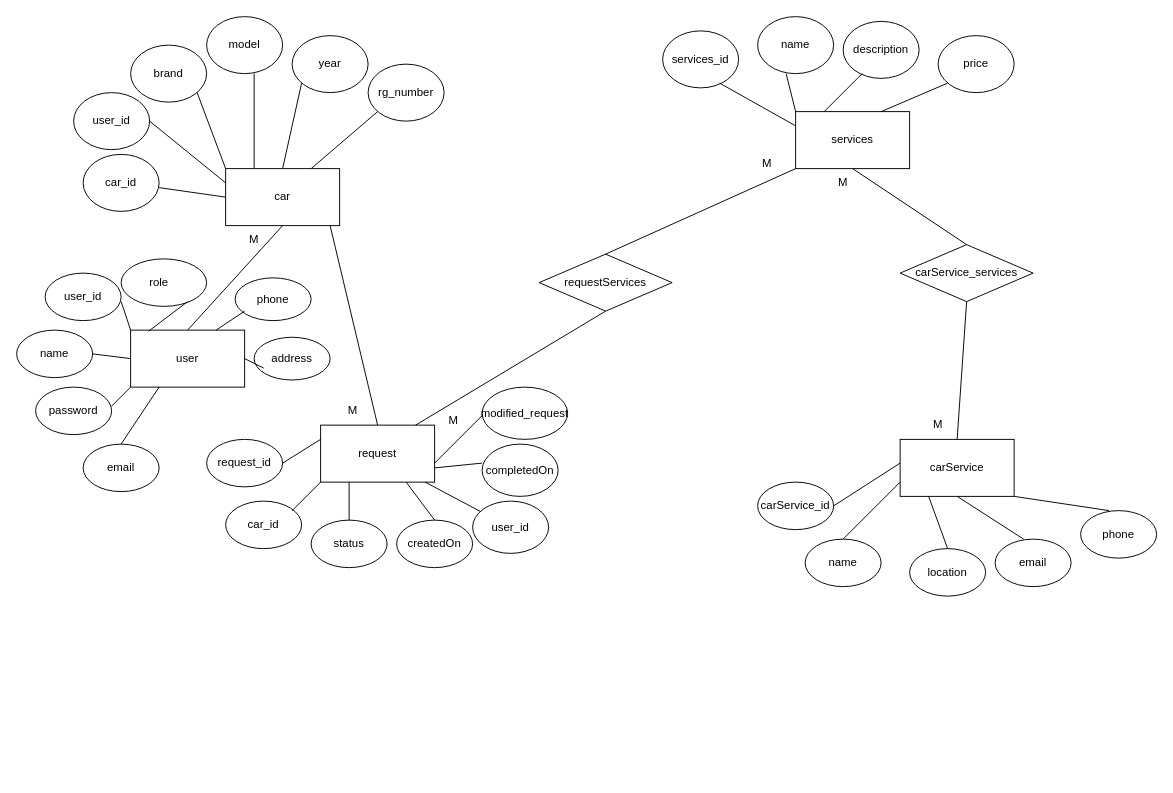
This is DatabaseProject-TU2.drawio from IvanStoykov04/carService, a draw.io file, before an edit. Source tidied: cells renumbered, new cells numbered last; positions are measured from the earlier drawing's top-left corner, leaving out a move shared by most shapes. Both pictures are drawn from the tidied source at 95%, with x=0, y=0 at pixel (16, 16).
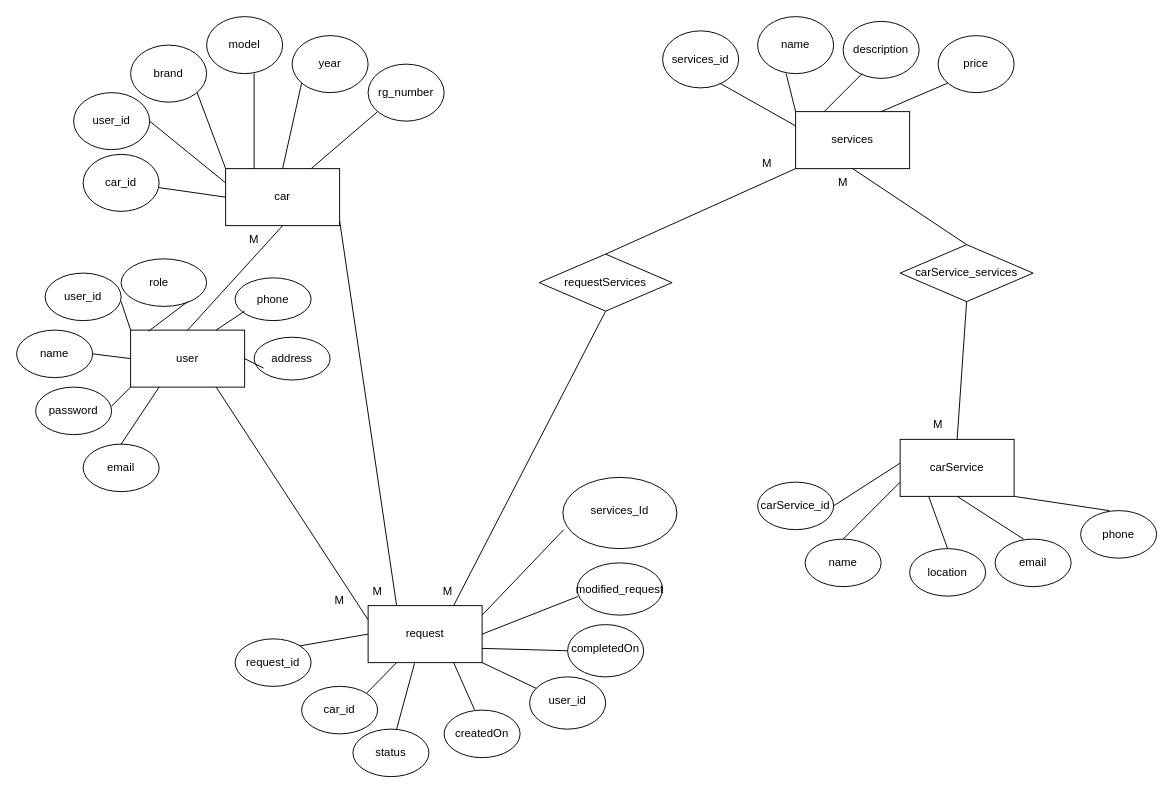
The same diagram, later.

Unchanged cells that the change refers to:
```xml
<mxCell id="2" style="rounded=0;whiteSpace=wrap;html=1;" parent="1" vertex="1">
  <mxGeometry x="120" y="330" width="120" height="60" as="geometry" />
</mxCell>
<mxCell id="91" style="rhombus;whiteSpace=wrap;html=1;" parent="1" vertex="1">
  <mxGeometry x="550" y="250" width="140" height="60" as="geometry" />
</mxCell>
```

What changed in the source:
```diff
@@
     <mxCell id="69" style="rounded=0;whiteSpace=wrap;html=1;" parent="1" vertex="1">
-      <mxGeometry x="320" y="430" width="120" height="60" as="geometry" />
+      <mxGeometry x="370" y="620" width="120" height="60" as="geometry" />
     </mxCell>
     <mxCell id="70" value="request" style="text;html=1;align=center;verticalAlign=middle;whiteSpace=wrap;rounded=0;" parent="1" vertex="1">
-      <mxGeometry x="350" y="445" width="60" height="30" as="geometry" />
+      <mxGeometry x="400" y="635" width="60" height="30" as="geometry" />
     </mxCell>
     <mxCell id="71" style="ellipse;whiteSpace=wrap;html=1;" parent="1" vertex="1">
-      <mxGeometry x="220" y="510" width="80" height="50" as="geometry" />
+      <mxGeometry x="300" y="705" width="80" height="50" as="geometry" />
     </mxCell>
     <mxCell id="72" style="ellipse;whiteSpace=wrap;html=1;" parent="1" vertex="1">
-      <mxGeometry x="200" y="445" width="80" height="50" as="geometry" />
+      <mxGeometry x="230" y="655" width="80" height="50" as="geometry" />
     </mxCell>
     <mxCell id="73" style="ellipse;whiteSpace=wrap;html=1;" parent="1" vertex="1">
-      <mxGeometry x="310" y="530" width="80" height="50" as="geometry" />
+      <mxGeometry x="354" y="750" width="80" height="50" as="geometry" />
     </mxCell>
     <mxCell id="74" style="ellipse;whiteSpace=wrap;html=1;" parent="1" vertex="1">
-      <mxGeometry x="400" y="530" width="80" height="50" as="geometry" />
+      <mxGeometry x="450" y="730" width="80" height="50" as="geometry" />
     </mxCell>
     <mxCell id="75" value="request_id" style="text;html=1;align=center;verticalAlign=middle;whiteSpace=wrap;rounded=0;" parent="1" vertex="1">
-      <mxGeometry x="210" y="455" width="60" height="30" as="geometry" />
+      <mxGeometry x="240" y="665" width="60" height="30" as="geometry" />
     </mxCell>
     <mxCell id="76" value="car_id" style="text;html=1;align=center;verticalAlign=middle;whiteSpace=wrap;rounded=0;" parent="1" vertex="1">
-      <mxGeometry x="230" y="520" width="60" height="30" as="geometry" />
+      <mxGeometry x="310" y="715" width="60" height="30" as="geometry" />
     </mxCell>
     <mxCell id="77" value="status" style="text;html=1;align=center;verticalAlign=middle;whiteSpace=wrap;rounded=0;" parent="1" vertex="1">
-      <mxGeometry x="320" y="540" width="60" height="30" as="geometry" />
+      <mxGeometry x="364" y="760" width="60" height="30" as="geometry" />
     </mxCell>
     <mxCell id="78" value="createdOn" style="text;html=1;align=center;verticalAlign=middle;whiteSpace=wrap;rounded=0;" parent="1" vertex="1">
-      <mxGeometry x="410" y="540" width="60" height="30" as="geometry" />
+      <mxGeometry x="460" y="740" width="60" height="30" as="geometry" />
     </mxCell>
-    <mxCell id="79" style="endArrow=none;html=1;rounded=0;entryX=0;entryY=0.25;entryDx=0;entryDy=0;" parent="1" edge="1" target="69">
-      <mxGeometry relative="1" as="geometry">
-        <mxPoint x="280" y="470" as="sourcePoint" />
-      </mxGeometry>
+    <mxCell id="79" style="endArrow=none;html=1;rounded=0;entryX=0;entryY=0.5;entryDx=0;entryDy=0;exitX=1;exitY=0;exitDx=0;exitDy=0;" parent="1" edge="1" source="72" target="69">
+      <mxGeometry relative="1" as="geometry" />
     </mxCell>
-    <mxCell id="80" style="endArrow=none;html=1;rounded=0;" parent="1" edge="1">
+    <mxCell id="80" style="endArrow=none;html=1;rounded=0;entryX=0.407;entryY=1.013;entryDx=0;entryDy=0;entryPerimeter=0;" parent="1" edge="1" target="69">
       <mxGeometry relative="1" as="geometry">
-        <mxPoint x="290" y="520" as="sourcePoint" />
-        <mxPoint x="320" y="490" as="targetPoint" />
+        <mxPoint x="400" y="750" as="sourcePoint" />
       </mxGeometry>
     </mxCell>
-    <mxCell id="81" style="endArrow=none;html=1;rounded=0;entryX=0.25;entryY=1;entryDx=0;entryDy=0;" parent="1" edge="1" target="69">
-      <mxGeometry relative="1" as="geometry">
-        <mxPoint x="350" y="530" as="sourcePoint" />
-      </mxGeometry>
+    <mxCell id="81" style="endArrow=none;html=1;rounded=0;entryX=0.25;entryY=1;entryDx=0;entryDy=0;exitX=1;exitY=0;exitDx=0;exitDy=0;" parent="1" edge="1" source="71" target="69">
+      <mxGeometry relative="1" as="geometry" />
     </mxCell>
-    <mxCell id="82" style="endArrow=none;html=1;rounded=0;entryX=0.75;entryY=1;entryDx=0;entryDy=0;" parent="1" edge="1" target="69">
-      <mxGeometry relative="1" as="geometry">
-        <mxPoint x="440" y="530" as="sourcePoint" />
-      </mxGeometry>
+    <mxCell id="82" style="endArrow=none;html=1;rounded=0;entryX=0.75;entryY=1;entryDx=0;entryDy=0;exitX=0.4;exitY=-0.008;exitDx=0;exitDy=0;exitPerimeter=0;" parent="1" edge="1" source="74" target="69">
+      <mxGeometry relative="1" as="geometry" />
     </mxCell>
-    <mxCell id="83" style="endArrow=none;html=1;rounded=0;exitX=0.5;exitY=0;exitDx=0;exitDy=0;" parent="1" edge="1" source="69">
-      <mxGeometry relative="1" as="geometry">
-        <mxPoint x="330" y="220" as="targetPoint" />
-      </mxGeometry>
-    </mxCell>
-    <mxCell id="84" value="M" style="text;html=1;align=center;verticalAlign=middle;whiteSpace=wrap;rounded=0;" parent="1" vertex="1">
-      <mxGeometry x="324" y="400" width="60" height="30" as="geometry" />
-    </mxCell>
@@
-    <mxCell id="93" style="endArrow=none;html=1;rounded=0;entryX=0.5;entryY=1;entryDx=0;entryDy=0;" parent="1" edge="1" target="91">
-      <mxGeometry relative="1" as="geometry">
-        <mxPoint x="420" y="430" as="sourcePoint" />
-      </mxGeometry>
+    <mxCell id="93" style="endArrow=none;html=1;rounded=0;entryX=0.5;entryY=1;entryDx=0;entryDy=0;exitX=0.75;exitY=0;exitDx=0;exitDy=0;" parent="1" edge="1" source="69" target="91">
+      <mxGeometry relative="1" as="geometry" />
     </mxCell>
@@
     <mxCell id="95" value="M" style="text;html=1;align=center;verticalAlign=middle;whiteSpace=wrap;rounded=0;" parent="1" vertex="1">
-      <mxGeometry x="430" y="410" width="60" height="30" as="geometry" />
+      <mxGeometry x="424" y="590" width="60" height="30" as="geometry" />
     </mxCell>
@@
     <mxCell id="106" style="ellipse;whiteSpace=wrap;html=1;" parent="1" vertex="1">
-      <mxGeometry x="480" y="510" width="80" height="55" as="geometry" />
+      <mxGeometry x="540" y="695" width="80" height="55" as="geometry" />
     </mxCell>
-    <mxCell id="107" style="endArrow=none;html=1;rounded=0;" parent="1" edge="1" target="106">
-      <mxGeometry relative="1" as="geometry">
-        <mxPoint x="430" y="490" as="sourcePoint" />
-      </mxGeometry>
+    <mxCell id="107" style="endArrow=none;html=1;rounded=0;exitX=1;exitY=1;exitDx=0;exitDy=0;" parent="1" edge="1" source="69" target="106">
+      <mxGeometry relative="1" as="geometry" />
     </mxCell>
     <mxCell id="108" value="user_id" style="text;html=1;align=center;verticalAlign=middle;whiteSpace=wrap;rounded=0;" parent="1" vertex="1">
-      <mxGeometry x="490" y="523" width="60" height="30" as="geometry" />
+      <mxGeometry x="550" y="705" width="60" height="30" as="geometry" />
     </mxCell>
     <mxCell id="109" style="ellipse;whiteSpace=wrap;html=1;" parent="1" vertex="1">
-      <mxGeometry x="490" y="450" width="80" height="55" as="geometry" />
+      <mxGeometry x="580" y="640" width="80" height="55" as="geometry" />
     </mxCell>
     <mxCell id="110" value="completedOn" style="text;html=1;align=center;verticalAlign=middle;whiteSpace=wrap;rounded=0;" parent="1" vertex="1">
-      <mxGeometry x="500" y="462.5" width="60" height="30" as="geometry" />
+      <mxGeometry x="590" y="650" width="60" height="30" as="geometry" />
     </mxCell>
     <mxCell id="111" style="ellipse;whiteSpace=wrap;html=1;" parent="1" vertex="1">
-      <mxGeometry x="490" y="390" width="90" height="55" as="geometry" />
+      <mxGeometry x="590" y="575" width="90" height="55" as="geometry" />
     </mxCell>
     <mxCell id="112" value="modified_request" style="text;html=1;align=center;verticalAlign=middle;whiteSpace=wrap;rounded=0;" parent="1" vertex="1">
-      <mxGeometry x="505" y="403" width="60" height="30" as="geometry" />
+      <mxGeometry x="605" y="587.5" width="60" height="30" as="geometry" />
     </mxCell>
-    <mxCell id="113" style="endArrow=none;html=1;rounded=0;" parent="1" edge="1">
+    <mxCell id="113" style="endArrow=none;html=1;rounded=0;entryX=0.009;entryY=0.644;entryDx=0;entryDy=0;entryPerimeter=0;" parent="1" edge="1" target="111">
       <mxGeometry relative="1" as="geometry">
-        <mxPoint x="440" y="470" as="sourcePoint" />
-        <mxPoint x="490" y="420" as="targetPoint" />
+        <mxPoint x="490" y="650" as="sourcePoint" />
       </mxGeometry>
     </mxCell>
-    <mxCell id="114" style="endArrow=none;html=1;rounded=0;exitX=1;exitY=0.75;exitDx=0;exitDy=0;" parent="1" edge="1" source="69">
-      <mxGeometry relative="1" as="geometry">
-        <mxPoint x="490" y="470" as="targetPoint" />
-      </mxGeometry>
+    <mxCell id="114" style="endArrow=none;html=1;rounded=0;exitX=1;exitY=0.75;exitDx=0;exitDy=0;entryX=0;entryY=0.5;entryDx=0;entryDy=0;" parent="1" edge="1" source="69" target="109">
+      <mxGeometry relative="1" as="geometry" />
     </mxCell>
+    <mxCell id="115" value="M" style="text;html=1;align=center;verticalAlign=middle;whiteSpace=wrap;rounded=0;" parent="1" vertex="1">
+      <mxGeometry x="310" y="600" width="60" height="30" as="geometry" />
+    </mxCell>
+    <mxCell id="116" style="endArrow=none;html=1;rounded=0;entryX=0;entryY=0.25;entryDx=0;entryDy=0;exitX=0.75;exitY=1;exitDx=0;exitDy=0;" parent="1" edge="1" source="2" target="69">
+      <mxGeometry relative="1" as="geometry" />
+    </mxCell>
+    <mxCell id="117" style="endArrow=none;html=1;rounded=0;entryX=0.25;entryY=0;entryDx=0;entryDy=0;" parent="1" edge="1" target="69">
+      <mxGeometry relative="1" as="geometry">
+        <mxPoint x="340" y="215" as="sourcePoint" />
+      </mxGeometry>
+    </mxCell>
+    <mxCell id="118" value="M" style="text;html=1;align=center;verticalAlign=middle;whiteSpace=wrap;rounded=0;" parent="1" vertex="1">
+      <mxGeometry x="350" y="590" width="60" height="30" as="geometry" />
+    </mxCell>
+    <mxCell id="119" style="ellipse;whiteSpace=wrap;html=1;" parent="1" vertex="1">
+      <mxGeometry x="575" y="485" width="120" height="75" as="geometry" />
+    </mxCell>
+    <mxCell id="120" value="services_Id" style="text;html=1;align=center;verticalAlign=middle;whiteSpace=wrap;rounded=0;" parent="1" vertex="1">
+      <mxGeometry x="605" y="505" width="60" height="30" as="geometry" />
+    </mxCell>
+    <mxCell id="121" style="endArrow=none;html=1;rounded=0;entryX=0.008;entryY=0.733;entryDx=0;entryDy=0;entryPerimeter=0;" parent="1" edge="1" target="119">
+      <mxGeometry relative="1" as="geometry">
+        <mxPoint x="490" y="630" as="sourcePoint" />
+      </mxGeometry>
+    </mxCell>
```
